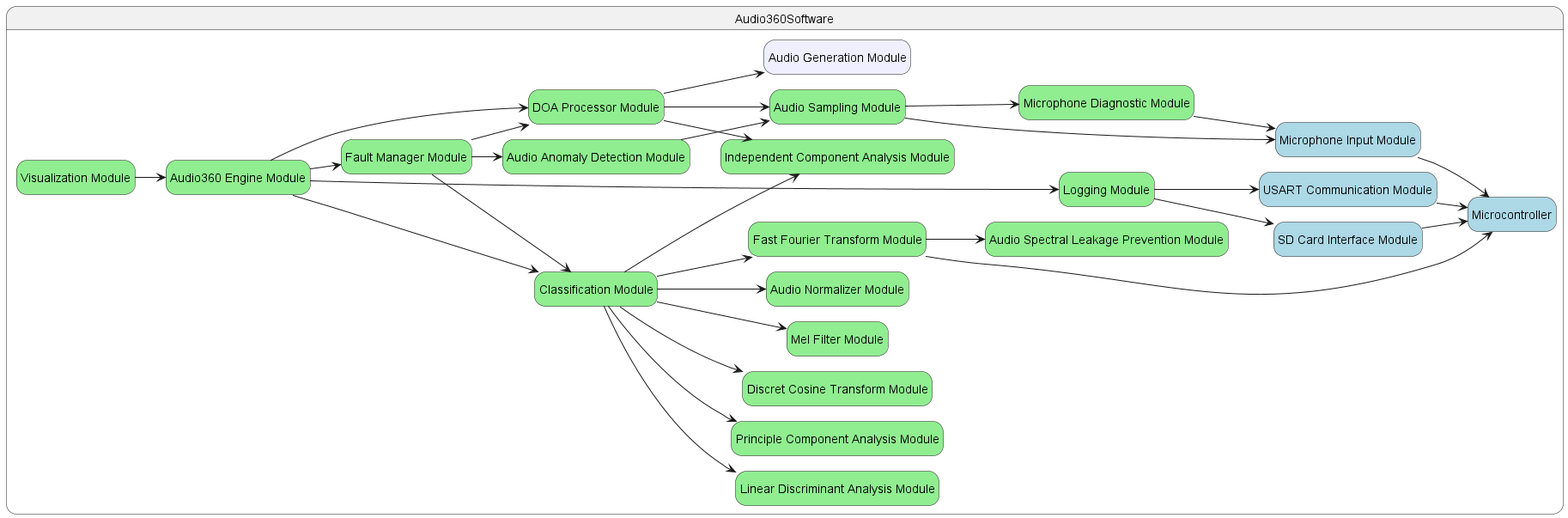
The PlantUML diagram docs/Design/SoftArchitecture/diagrams/uses_hierarchy.png in Team6-SixSense/audio360, before a commit.
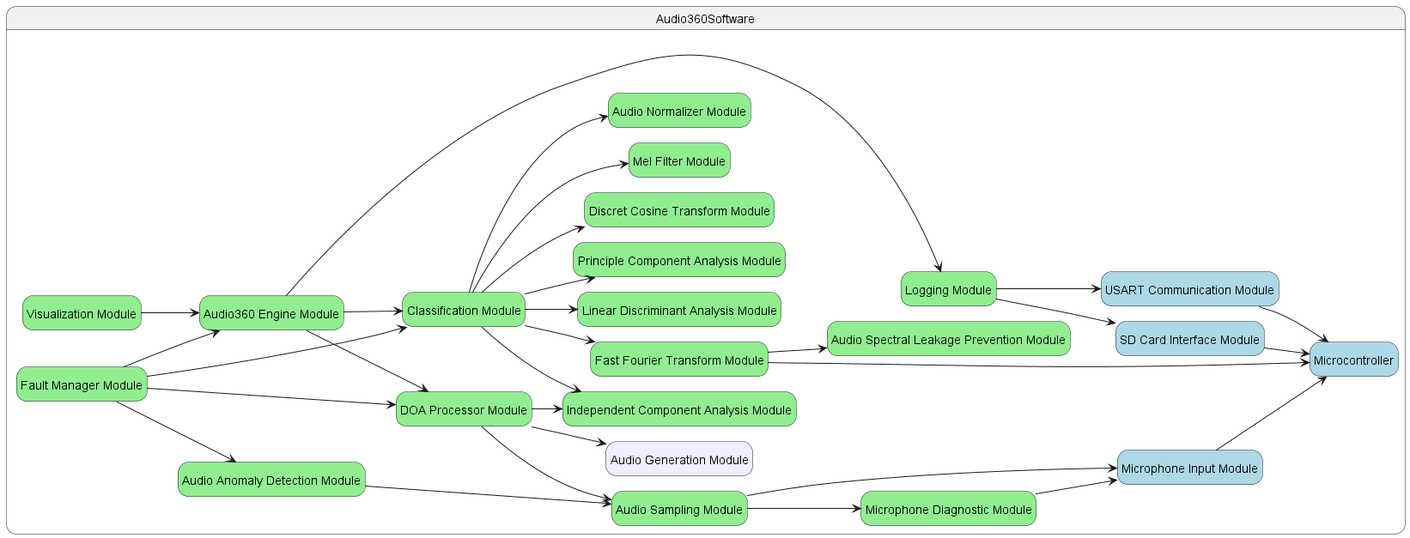
The same file after the commit.

Commit message:
[#613] System arch. diagram

Change to the diagram source:
```diff
@@ -36,7 +36,7 @@
 
     DOA --> AudioSampling
     DOA --> ICA
-    Audio360Eng --> FaultManager
+    FaultManager --> Audio360Eng
     Audio360Eng --> DOA
     Audio360Eng --> Classification
     Audio360Eng --> Logging
```
